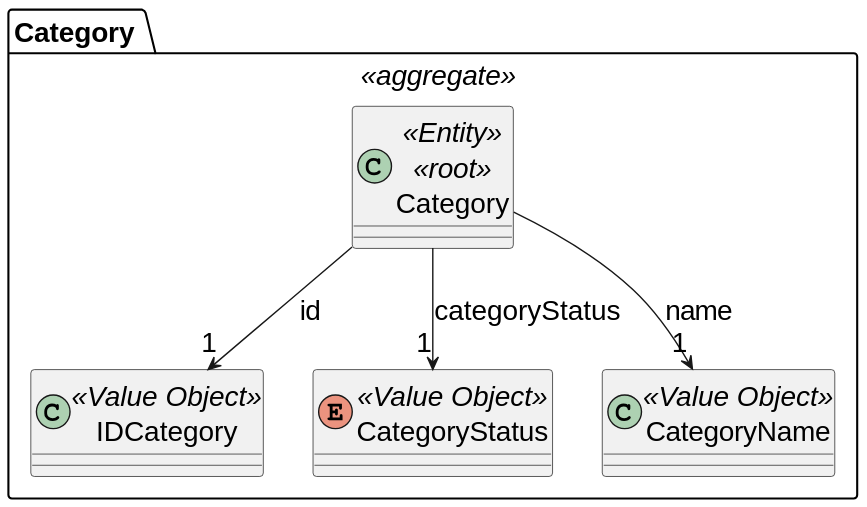
This is docs/SPRINT_2/US245/images/domain-model-245.svg from diogoveirospro/sem4pi-2024-2025-sem4pi_2024_2025_g44, a PlantUML export, as it was before one commit.
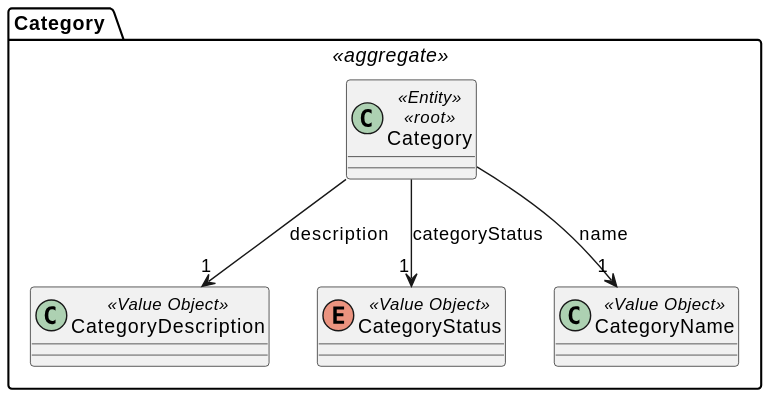
Above is the later version.

Commit message:
#61 Corrected the domain model and class diagram of us 245

The edit, as a diff of the source:
```diff
@@ -1,12 +1,10 @@
 @startuml
-skinparamlocked defaultFontSize 20
-
 package "Category " <<aggregate>>{
 
     class Category <<Entity>> <<root>>{
     }
 
-    class IDCategory <<Value Object>>{
+    class CategoryDescription <<Value Object>>{
     }
 
     enum CategoryStatus <<Value Object>>{
@@ -15,7 +13,7 @@
     class CategoryName <<Value Object>>{
     }
 
-    Category --> "1" IDCategory: id
     Category --> "1" CategoryStatus: categoryStatus
     Category --> "1" CategoryName: name
+    Category --> "1" CategoryDescription: description
 @enduml
```
